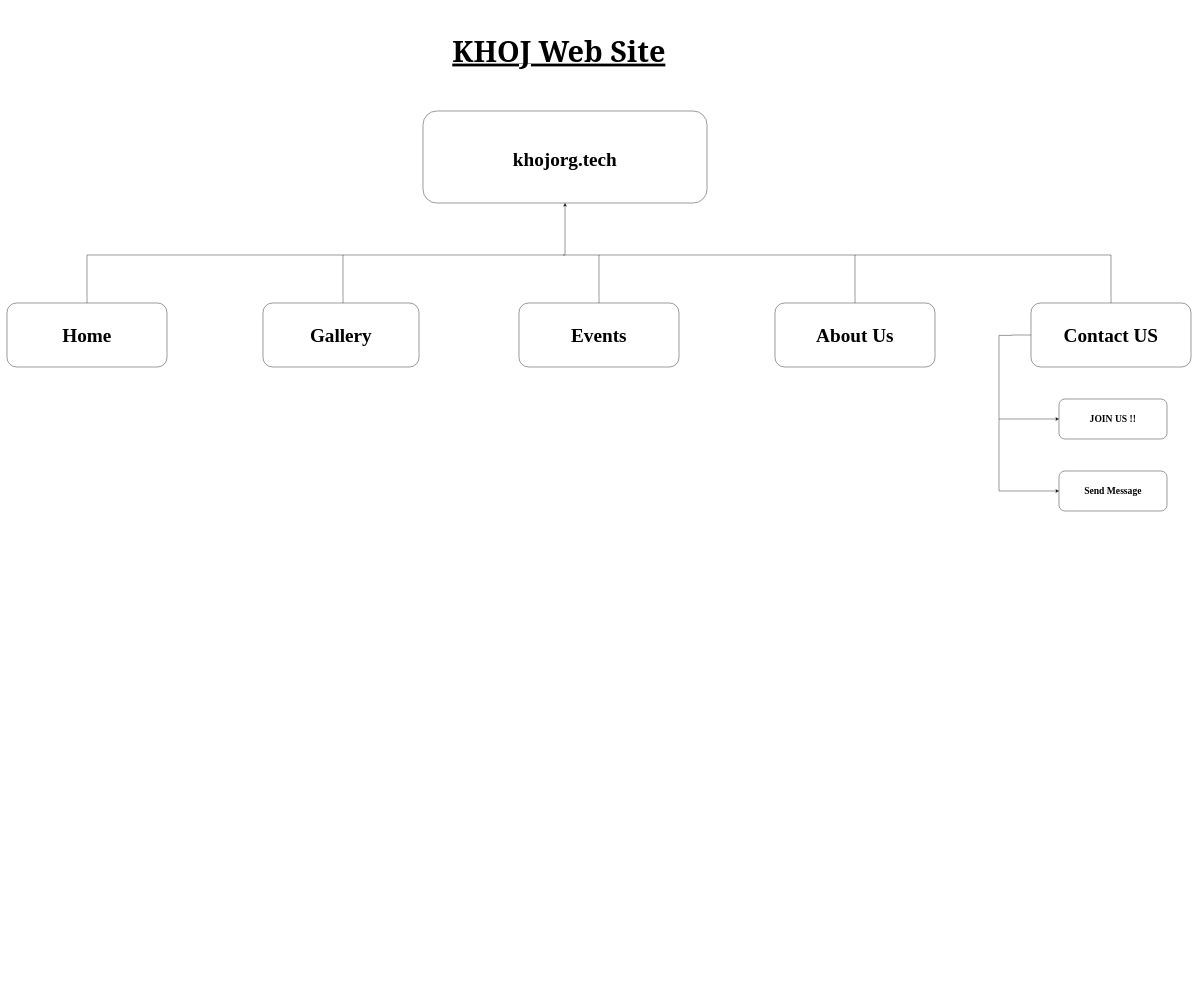
Above: KHOJ.drawio in muhammadsaqueb/Programming-Assignment-2 (draw.io), before the change. Source tidied: cells renumbered, new cells numbered last; positions are measured from the earlier drawing's top-left corner, leaving out a move shared by most shapes. Both pictures are drawn from the tidied source at 40%, with x=0, y=0 at pixel (7, 7).
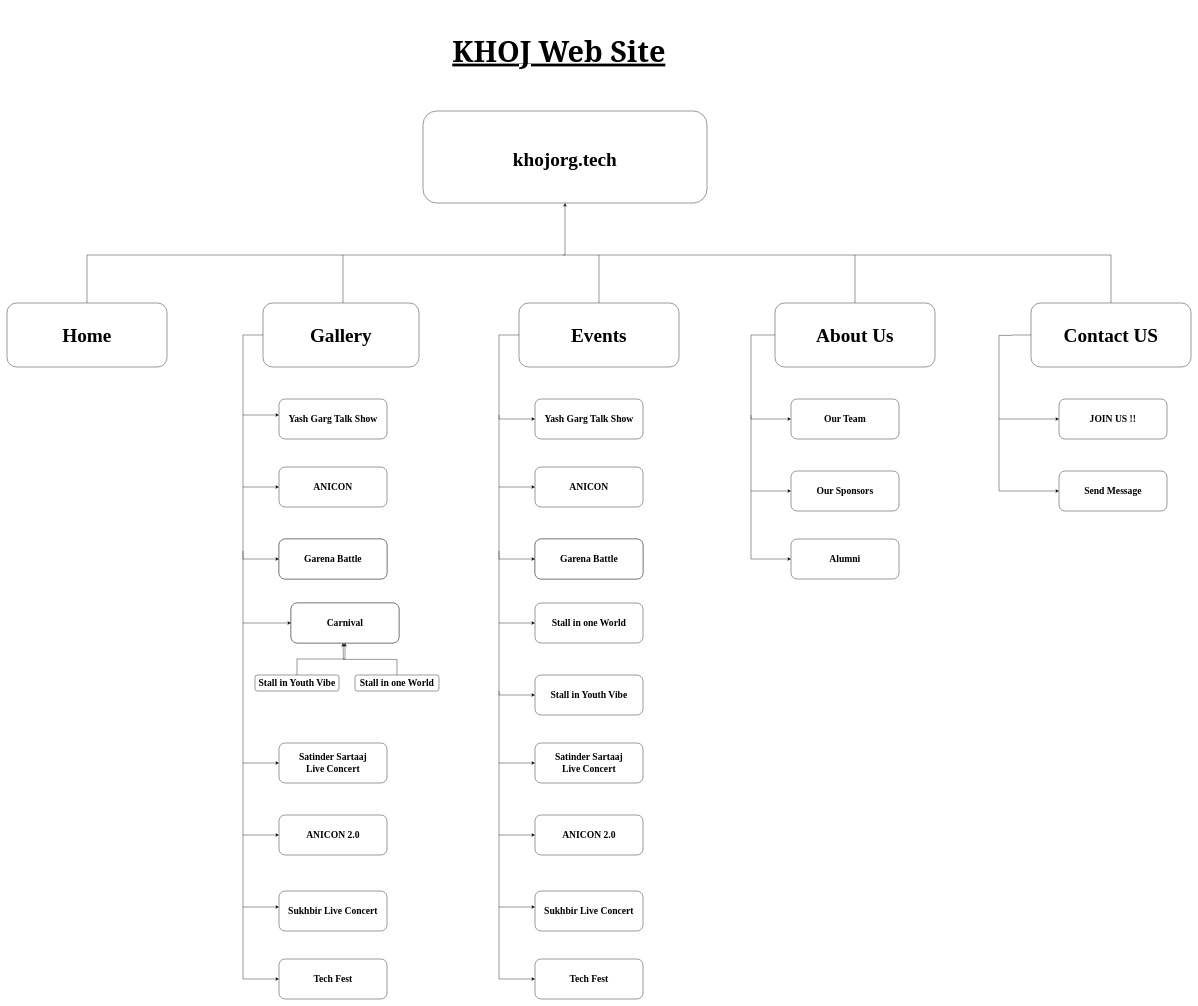
Above is the later version.

The change refers to these unchanged cells:
```xml
<mxCell id="12" value="&lt;font style=&quot;font-size: 48px;&quot; face=&quot;Garamond&quot;&gt;&lt;b style=&quot;&quot;&gt;Gallery&lt;/b&gt;&lt;/font&gt;" style="text;html=1;strokeColor=none;fillColor=none;align=center;verticalAlign=middle;whiteSpace=wrap;rounded=0;fontSize=11;fontFamily=Helvetica;fontColor=default;" parent="1" vertex="1">
  <mxGeometry x="640" y="740" width="390" height="160" as="geometry" />
</mxCell>
<mxCell id="13" value="&lt;font face=&quot;Garamond&quot; style=&quot;font-size: 48px;&quot;&gt;&lt;b style=&quot;&quot;&gt;Events&lt;/b&gt;&lt;/font&gt;" style="text;html=1;strokeColor=none;fillColor=none;align=center;verticalAlign=middle;whiteSpace=wrap;rounded=0;fontSize=11;fontFamily=Helvetica;fontColor=default;" parent="1" vertex="1">
  <mxGeometry x="1280" y="740" width="400" height="160" as="geometry" />
</mxCell>
<mxCell id="14" value="&lt;font face=&quot;Garamond&quot; style=&quot;font-size: 48px;&quot;&gt;&lt;b style=&quot;&quot;&gt;About Us&lt;/b&gt;&lt;/font&gt;" style="text;html=1;strokeColor=none;fillColor=none;align=center;verticalAlign=middle;whiteSpace=wrap;rounded=0;fontSize=11;fontFamily=Helvetica;fontColor=default;" parent="1" vertex="1">
  <mxGeometry x="1920" y="740" width="400" height="160" as="geometry" />
</mxCell>
```

What changed in the source:
```diff
@@
+    <mxCell id="27" style="edgeStyle=orthogonalEdgeStyle;rounded=0;jettySize=auto;html=1;exitX=0;exitY=0.5;exitDx=0;exitDy=0;entryX=0;entryY=0.5;entryDx=0;entryDy=0;" parent="1" edge="1" source="13" target="38">
+      <mxGeometry relative="1" as="geometry">
+        <Array as="points">
+          <mxPoint x="1230" y="820" />
+          <mxPoint x="1230" y="1030" />
+        </Array>
+      </mxGeometry>
+    </mxCell>
@@
+    <mxCell id="28" style="edgeStyle=orthogonalEdgeStyle;rounded=0;jettySize=auto;html=1;exitX=0;exitY=0.5;exitDx=0;exitDy=0;entryX=0;entryY=0.5;entryDx=0;entryDy=0;" parent="1" edge="1" source="14" target="30">
+      <mxGeometry relative="1" as="geometry">
+        <Array as="points">
+          <mxPoint x="1860" y="820" />
+          <mxPoint x="1860" y="1030" />
+        </Array>
+      </mxGeometry>
+    </mxCell>
@@
+    <mxCell id="29" style="rounded=1;whiteSpace=wrap;html=1;" parent="1" vertex="1">
+      <mxGeometry x="1960" y="980" width="270" height="100" as="geometry" />
+    </mxCell>
+    <mxCell id="30" value="&lt;font style=&quot;font-size: 24px;&quot; face=&quot;Times New Roman&quot;&gt;&lt;b style=&quot;&quot;&gt;Our Team&lt;/b&gt;&lt;/font&gt;" style="text;html=1;strokeColor=none;fillColor=none;align=center;verticalAlign=middle;whiteSpace=wrap;rounded=0;" parent="1" vertex="1">
+      <mxGeometry x="1960" y="980" width="270" height="100" as="geometry" />
+    </mxCell>
+    <mxCell id="31" style="rounded=1;whiteSpace=wrap;html=1;" parent="1" vertex="1">
+      <mxGeometry x="1960" y="1160" width="270" height="100" as="geometry" />
+    </mxCell>
+    <mxCell id="32" value="&lt;font style=&quot;font-size: 24px;&quot; face=&quot;Times New Roman&quot;&gt;&lt;b style=&quot;&quot;&gt;Our Sponsors&lt;/b&gt;&lt;/font&gt;" style="text;html=1;strokeColor=none;fillColor=none;align=center;verticalAlign=middle;whiteSpace=wrap;rounded=0;" parent="1" vertex="1">
+      <mxGeometry x="1960" y="1160" width="270" height="100" as="geometry" />
+    </mxCell>
+    <mxCell id="33" style="endArrow=classic;html=1;rounded=0;" parent="1" edge="1">
+      <mxGeometry relative="1" as="geometry">
+        <mxPoint x="1860" y="1020" as="sourcePoint" />
+        <mxPoint x="1960" y="1210" as="targetPoint" />
+        <Array as="points">
+          <mxPoint x="1860" y="1210" />
+        </Array>
+      </mxGeometry>
+    </mxCell>
+    <mxCell id="34" style="rounded=1;whiteSpace=wrap;html=1;" parent="1" vertex="1">
+      <mxGeometry x="1960" y="1330" width="270" height="100" as="geometry" />
+    </mxCell>
+    <mxCell id="35" value="&lt;font face=&quot;Times New Roman&quot;&gt;&lt;span style=&quot;font-size: 24px;&quot;&gt;&lt;b&gt;Alumni&lt;/b&gt;&lt;/span&gt;&lt;/font&gt;" style="text;html=1;strokeColor=none;fillColor=none;align=center;verticalAlign=middle;whiteSpace=wrap;rounded=0;" parent="1" vertex="1">
+      <mxGeometry x="1960" y="1330" width="270" height="100" as="geometry" />
+    </mxCell>
+    <mxCell id="36" style="endArrow=classic;html=1;rounded=0;" parent="1" edge="1">
+      <mxGeometry relative="1" as="geometry">
+        <mxPoint x="1860" y="1210" as="sourcePoint" />
+        <mxPoint x="1960" y="1380" as="targetPoint" />
+        <Array as="points">
+          <mxPoint x="1860" y="1380" />
+        </Array>
+      </mxGeometry>
+    </mxCell>
+    <mxCell id="37" style="rounded=1;whiteSpace=wrap;html=1;" parent="1" vertex="1">
+      <mxGeometry x="1320" y="980" width="270" height="100" as="geometry" />
+    </mxCell>
+    <mxCell id="38" value="&lt;font face=&quot;Times New Roman&quot;&gt;&lt;span style=&quot;font-size: 24px;&quot;&gt;&lt;b&gt;Yash Garg Talk Show&lt;/b&gt;&lt;/span&gt;&lt;/font&gt;" style="text;html=1;strokeColor=none;fillColor=none;align=center;verticalAlign=middle;whiteSpace=wrap;rounded=0;" parent="1" vertex="1">
+      <mxGeometry x="1320" y="980" width="270" height="100" as="geometry" />
+    </mxCell>
+    <mxCell id="39" value="&lt;font style=&quot;font-size: 24px;&quot; face=&quot;Times New Roman&quot;&gt;&lt;b style=&quot;&quot;&gt;ANICON&lt;/b&gt;&lt;/font&gt;" style="rounded=1;whiteSpace=wrap;html=1;" parent="1" vertex="1">
+      <mxGeometry x="1320" y="1150" width="270" height="100" as="geometry" />
+    </mxCell>
+    <mxCell id="40" style="endArrow=classic;html=1;rounded=0;entryX=0;entryY=0.5;entryDx=0;entryDy=0;" parent="1" edge="1">
+      <mxGeometry relative="1" as="geometry">
+        <mxPoint x="1230" y="1020" as="sourcePoint" />
+        <mxPoint x="1320" y="1200" as="targetPoint" />
+        <Array as="points">
+          <mxPoint x="1230" y="1200" />
+        </Array>
+      </mxGeometry>
+    </mxCell>
+    <mxCell id="41" style="rounded=1;whiteSpace=wrap;html=1;" parent="1" vertex="1">
+      <mxGeometry x="1320" y="1330" width="270" height="100" as="geometry" />
+    </mxCell>
+    <mxCell id="42" value="&lt;font style=&quot;font-size: 24px;&quot; face=&quot;Times New Roman&quot;&gt;&lt;b style=&quot;&quot;&gt;Garena Battle&lt;/b&gt;&lt;/font&gt;" style="rounded=1;whiteSpace=wrap;html=1;" parent="1" vertex="1">
+      <mxGeometry x="1320" y="1330" width="270" height="100" as="geometry" />
+    </mxCell>
+    <mxCell id="43" value="&lt;font style=&quot;font-size: 24px;&quot; face=&quot;Times New Roman&quot;&gt;&lt;b style=&quot;&quot;&gt;Stall in one World&lt;/b&gt;&lt;/font&gt;" style="rounded=1;whiteSpace=wrap;html=1;" parent="1" vertex="1">
+      <mxGeometry x="1320" y="1490" width="270" height="100" as="geometry" />
+    </mxCell>
+    <mxCell id="44" value="&lt;font style=&quot;font-size: 24px;&quot; face=&quot;Times New Roman&quot;&gt;&lt;b style=&quot;&quot;&gt;Stall in Youth Vibe&lt;/b&gt;&lt;/font&gt;" style="rounded=1;whiteSpace=wrap;html=1;" parent="1" vertex="1">
+      <mxGeometry x="1320" y="1670" width="270" height="100" as="geometry" />
+    </mxCell>
+    <mxCell id="45" value="&lt;font style=&quot;font-size: 24px;&quot; face=&quot;Times New Roman&quot;&gt;&lt;b style=&quot;&quot;&gt;Satinder Sartaaj&lt;br&gt;Live Concert&lt;br&gt;&lt;/b&gt;&lt;/font&gt;" style="rounded=1;whiteSpace=wrap;html=1;" parent="1" vertex="1">
+      <mxGeometry x="1320" y="1840" width="270" height="100" as="geometry" />
+    </mxCell>
+    <mxCell id="46" value="&lt;font style=&quot;font-size: 24px;&quot; face=&quot;Times New Roman&quot;&gt;&lt;b style=&quot;&quot;&gt;ANICON 2.0&lt;br&gt;&lt;/b&gt;&lt;/font&gt;" style="rounded=1;whiteSpace=wrap;html=1;" parent="1" vertex="1">
+      <mxGeometry x="1320" y="2020" width="270" height="100" as="geometry" />
+    </mxCell>
+    <mxCell id="47" value="&lt;font style=&quot;font-size: 24px;&quot; face=&quot;Times New Roman&quot;&gt;&lt;b style=&quot;&quot;&gt;Sukhbir Live Concert&lt;br&gt;&lt;/b&gt;&lt;/font&gt;" style="rounded=1;whiteSpace=wrap;html=1;" parent="1" vertex="1">
+      <mxGeometry x="1320" y="2210" width="270" height="100" as="geometry" />
+    </mxCell>
+    <mxCell id="48" value="&lt;font style=&quot;font-size: 24px;&quot; face=&quot;Times New Roman&quot;&gt;&lt;b style=&quot;&quot;&gt;Tech Fest&lt;br&gt;&lt;/b&gt;&lt;/font&gt;" style="rounded=1;whiteSpace=wrap;html=1;" parent="1" vertex="1">
+      <mxGeometry x="1320" y="2380" width="270" height="100" as="geometry" />
+    </mxCell>
+    <mxCell id="49" style="endArrow=classic;html=1;rounded=0;fontFamily=Helvetica;fontSize=12;fontColor=default;entryX=0;entryY=0.5;entryDx=0;entryDy=0;" parent="1" edge="1" target="42">
+      <mxGeometry relative="1" as="geometry">
+        <mxPoint x="1230" y="1200" as="sourcePoint" />
+        <Array as="points">
+          <mxPoint x="1230" y="1380" />
+        </Array>
+      </mxGeometry>
+    </mxCell>
+    <mxCell id="50" style="endArrow=classic;html=1;rounded=0;fontFamily=Helvetica;fontSize=12;fontColor=default;entryX=0;entryY=0.5;entryDx=0;entryDy=0;" parent="1" edge="1">
+      <mxGeometry relative="1" as="geometry">
+        <mxPoint x="1230" y="1360" as="sourcePoint" />
+        <mxPoint x="1320" y="1540" as="targetPoint" />
+        <Array as="points">
+          <mxPoint x="1230" y="1540" />
+        </Array>
+      </mxGeometry>
+    </mxCell>
+    <mxCell id="51" style="endArrow=classic;html=1;rounded=0;fontFamily=Helvetica;fontSize=12;fontColor=default;entryX=0;entryY=0.5;entryDx=0;entryDy=0;" parent="1" edge="1">
+      <mxGeometry relative="1" as="geometry">
+        <mxPoint x="1230" y="1540" as="sourcePoint" />
+        <mxPoint x="1320" y="1720" as="targetPoint" />
+        <Array as="points">
+          <mxPoint x="1230" y="1720" />
+        </Array>
+      </mxGeometry>
+    </mxCell>
+    <mxCell id="52" style="endArrow=classic;html=1;rounded=0;fontFamily=Helvetica;fontSize=12;fontColor=default;entryX=0;entryY=0.5;entryDx=0;entryDy=0;" parent="1" edge="1">
+      <mxGeometry relative="1" as="geometry">
+        <mxPoint x="1230" y="1710" as="sourcePoint" />
+        <mxPoint x="1320" y="1890" as="targetPoint" />
+        <Array as="points">
+          <mxPoint x="1230" y="1890" />
+        </Array>
+      </mxGeometry>
+    </mxCell>
+    <mxCell id="53" style="endArrow=classic;html=1;rounded=0;fontFamily=Helvetica;fontSize=12;fontColor=default;entryX=0;entryY=0.5;entryDx=0;entryDy=0;" parent="1" edge="1">
+      <mxGeometry relative="1" as="geometry">
+        <mxPoint x="1230" y="1890" as="sourcePoint" />
+        <mxPoint x="1320" y="2070" as="targetPoint" />
+        <Array as="points">
+          <mxPoint x="1230" y="2070" />
+        </Array>
+      </mxGeometry>
+    </mxCell>
+    <mxCell id="54" style="endArrow=classic;html=1;rounded=0;fontFamily=Helvetica;fontSize=12;fontColor=default;entryX=0;entryY=0.5;entryDx=0;entryDy=0;" parent="1" edge="1">
+      <mxGeometry relative="1" as="geometry">
+        <mxPoint x="1230" y="2070" as="sourcePoint" />
+        <mxPoint x="1320" y="2250" as="targetPoint" />
+        <Array as="points">
+          <mxPoint x="1230" y="2250" />
+        </Array>
+      </mxGeometry>
+    </mxCell>
+    <mxCell id="55" style="endArrow=classic;html=1;rounded=0;fontFamily=Helvetica;fontSize=12;fontColor=default;entryX=0;entryY=0.5;entryDx=0;entryDy=0;" parent="1" edge="1">
+      <mxGeometry relative="1" as="geometry">
+        <mxPoint x="1230" y="2250" as="sourcePoint" />
+        <mxPoint x="1320" y="2430" as="targetPoint" />
+        <Array as="points">
+          <mxPoint x="1230" y="2430" />
+        </Array>
+      </mxGeometry>
+    </mxCell>
+    <mxCell id="56" style="rounded=1;whiteSpace=wrap;html=1;" parent="1" vertex="1">
+      <mxGeometry x="680" y="980" width="270" height="100" as="geometry" />
+    </mxCell>
+    <mxCell id="57" value="&lt;font face=&quot;Times New Roman&quot;&gt;&lt;span style=&quot;font-size: 24px;&quot;&gt;&lt;b&gt;Yash Garg Talk Show&lt;/b&gt;&lt;/span&gt;&lt;/font&gt;" style="text;html=1;strokeColor=none;fillColor=none;align=center;verticalAlign=middle;whiteSpace=wrap;rounded=0;" parent="1" vertex="1">
+      <mxGeometry x="680" y="980" width="270" height="100" as="geometry" />
+    </mxCell>
+    <mxCell id="58" value="&lt;font style=&quot;font-size: 24px;&quot; face=&quot;Times New Roman&quot;&gt;&lt;b style=&quot;&quot;&gt;ANICON&lt;/b&gt;&lt;/font&gt;" style="rounded=1;whiteSpace=wrap;html=1;" parent="1" vertex="1">
+      <mxGeometry x="680" y="1150" width="270" height="100" as="geometry" />
+    </mxCell>
+    <mxCell id="59" style="endArrow=classic;html=1;rounded=0;entryX=0;entryY=0.5;entryDx=0;entryDy=0;" parent="1" edge="1">
+      <mxGeometry relative="1" as="geometry">
+        <mxPoint x="590" y="1020" as="sourcePoint" />
+        <mxPoint x="680" y="1200" as="targetPoint" />
+        <Array as="points">
+          <mxPoint x="590" y="1200" />
+        </Array>
+      </mxGeometry>
+    </mxCell>
+    <mxCell id="60" style="rounded=1;whiteSpace=wrap;html=1;" parent="1" vertex="1">
+      <mxGeometry x="680" y="1330" width="270" height="100" as="geometry" />
+    </mxCell>
+    <mxCell id="61" value="&lt;font style=&quot;font-size: 24px;&quot; face=&quot;Times New Roman&quot;&gt;&lt;b style=&quot;&quot;&gt;Garena Battle&lt;/b&gt;&lt;/font&gt;" style="rounded=1;whiteSpace=wrap;html=1;" parent="1" vertex="1">
+      <mxGeometry x="680" y="1330" width="270" height="100" as="geometry" />
+    </mxCell>
+    <mxCell id="62" style="edgeStyle=orthogonalEdgeStyle;rounded=0;jettySize=auto;html=1;exitX=0.5;exitY=0;exitDx=0;exitDy=0;fontFamily=Helvetica;fontSize=12;fontColor=default;" parent="1" edge="1" source="63">
+      <mxGeometry relative="1" as="geometry">
+        <mxPoint x="840" y="1590" as="targetPoint" />
+        <Array as="points">
+          <mxPoint x="975" y="1631" />
+          <mxPoint x="841" y="1631" />
+        </Array>
+      </mxGeometry>
+    </mxCell>
+    <mxCell id="63" value="&lt;font style=&quot;font-size: 24px;&quot; face=&quot;Times New Roman&quot;&gt;&lt;b style=&quot;&quot;&gt;Stall in one World&lt;/b&gt;&lt;/font&gt;" style="rounded=1;whiteSpace=wrap;html=1;" parent="1" vertex="1">
+      <mxGeometry x="870" y="1670" width="210" height="40" as="geometry" />
+    </mxCell>
+    <mxCell id="64" style="edgeStyle=orthogonalEdgeStyle;rounded=0;jettySize=auto;html=1;exitX=0.5;exitY=0;exitDx=0;exitDy=0;fontFamily=Helvetica;fontSize=12;fontColor=default;" parent="1" edge="1" source="65" target="78">
+      <mxGeometry relative="1" as="geometry" />
+    </mxCell>
+    <mxCell id="65" value="&lt;font style=&quot;font-size: 24px;&quot; face=&quot;Times New Roman&quot;&gt;&lt;b style=&quot;&quot;&gt;Stall in Youth Vibe&lt;/b&gt;&lt;/font&gt;" style="rounded=1;whiteSpace=wrap;html=1;" parent="1" vertex="1">
+      <mxGeometry x="620" y="1670" width="210" height="40" as="geometry" />
+    </mxCell>
+    <mxCell id="66" value="&lt;font style=&quot;font-size: 24px;&quot; face=&quot;Times New Roman&quot;&gt;&lt;b style=&quot;&quot;&gt;Satinder Sartaaj&lt;br&gt;Live Concert&lt;br&gt;&lt;/b&gt;&lt;/font&gt;" style="rounded=1;whiteSpace=wrap;html=1;" parent="1" vertex="1">
+      <mxGeometry x="680" y="1840" width="270" height="100" as="geometry" />
+    </mxCell>
+    <mxCell id="67" value="&lt;font style=&quot;font-size: 24px;&quot; face=&quot;Times New Roman&quot;&gt;&lt;b style=&quot;&quot;&gt;ANICON 2.0&lt;br&gt;&lt;/b&gt;&lt;/font&gt;" style="rounded=1;whiteSpace=wrap;html=1;" parent="1" vertex="1">
+      <mxGeometry x="680" y="2020" width="270" height="100" as="geometry" />
+    </mxCell>
+    <mxCell id="68" value="&lt;font style=&quot;font-size: 24px;&quot; face=&quot;Times New Roman&quot;&gt;&lt;b style=&quot;&quot;&gt;Sukhbir Live Concert&lt;br&gt;&lt;/b&gt;&lt;/font&gt;" style="rounded=1;whiteSpace=wrap;html=1;" parent="1" vertex="1">
+      <mxGeometry x="680" y="2210" width="270" height="100" as="geometry" />
+    </mxCell>
+    <mxCell id="69" value="&lt;font style=&quot;font-size: 24px;&quot; face=&quot;Times New Roman&quot;&gt;&lt;b style=&quot;&quot;&gt;Tech Fest&lt;br&gt;&lt;/b&gt;&lt;/font&gt;" style="rounded=1;whiteSpace=wrap;html=1;" parent="1" vertex="1">
+      <mxGeometry x="680" y="2380" width="270" height="100" as="geometry" />
+    </mxCell>
+    <mxCell id="70" style="endArrow=classic;html=1;rounded=0;fontFamily=Helvetica;fontSize=12;fontColor=default;entryX=0;entryY=0.5;entryDx=0;entryDy=0;" parent="1" edge="1" target="61">
+      <mxGeometry relative="1" as="geometry">
+        <mxPoint x="590" y="1200" as="sourcePoint" />
+        <Array as="points">
+          <mxPoint x="590" y="1380" />
+        </Array>
+      </mxGeometry>
+    </mxCell>
+    <mxCell id="71" style="endArrow=classic;html=1;rounded=0;fontFamily=Helvetica;fontSize=12;fontColor=default;entryX=0;entryY=0.5;entryDx=0;entryDy=0;" parent="1" edge="1" target="78">
+      <mxGeometry relative="1" as="geometry">
+        <mxPoint x="590" y="1360" as="sourcePoint" />
+        <Array as="points">
+          <mxPoint x="590" y="1540" />
+        </Array>
+      </mxGeometry>
+    </mxCell>
+    <mxCell id="72" style="endArrow=classic;html=1;rounded=0;fontFamily=Helvetica;fontSize=12;fontColor=default;entryX=0;entryY=0.5;entryDx=0;entryDy=0;" parent="1" edge="1">
+      <mxGeometry relative="1" as="geometry">
+        <mxPoint x="590" y="1540" as="sourcePoint" />
+        <mxPoint x="680" y="1890" as="targetPoint" />
+        <Array as="points">
+          <mxPoint x="590" y="1890" />
+        </Array>
+      </mxGeometry>
+    </mxCell>
+    <mxCell id="73" style="endArrow=classic;html=1;rounded=0;fontFamily=Helvetica;fontSize=12;fontColor=default;entryX=0;entryY=0.5;entryDx=0;entryDy=0;" parent="1" edge="1">
+      <mxGeometry relative="1" as="geometry">
+        <mxPoint x="590" y="1890" as="sourcePoint" />
+        <mxPoint x="680" y="2070" as="targetPoint" />
+        <Array as="points">
+          <mxPoint x="590" y="2070" />
+        </Array>
+      </mxGeometry>
+    </mxCell>
+    <mxCell id="74" style="endArrow=classic;html=1;rounded=0;fontFamily=Helvetica;fontSize=12;fontColor=default;entryX=0;entryY=0.5;entryDx=0;entryDy=0;" parent="1" edge="1">
+      <mxGeometry relative="1" as="geometry">
+        <mxPoint x="590" y="2070" as="sourcePoint" />
+        <mxPoint x="680" y="2250" as="targetPoint" />
+        <Array as="points">
+          <mxPoint x="590" y="2250" />
+        </Array>
+      </mxGeometry>
+    </mxCell>
+    <mxCell id="75" style="endArrow=classic;html=1;rounded=0;fontFamily=Helvetica;fontSize=12;fontColor=default;entryX=0;entryY=0.5;entryDx=0;entryDy=0;" parent="1" edge="1">
+      <mxGeometry relative="1" as="geometry">
+        <mxPoint x="590" y="2250" as="sourcePoint" />
+        <mxPoint x="680" y="2430" as="targetPoint" />
+        <Array as="points">
+          <mxPoint x="590" y="2430" />
+        </Array>
+      </mxGeometry>
+    </mxCell>
+    <mxCell id="76" style="endArrow=classic;html=1;rounded=0;fontFamily=Helvetica;fontSize=12;fontColor=default;exitX=0;exitY=0.5;exitDx=0;exitDy=0;" parent="1" edge="1" source="12">
+      <mxGeometry relative="1" as="geometry">
+        <mxPoint x="680" y="1020" as="targetPoint" />
+        <Array as="points">
+          <mxPoint x="590" y="820" />
+          <mxPoint x="590" y="1020" />
+        </Array>
+      </mxGeometry>
+    </mxCell>
+    <mxCell id="77" style="rounded=1;whiteSpace=wrap;html=1;" parent="1" vertex="1">
+      <mxGeometry x="710" y="1490" width="270" height="100" as="geometry" />
+    </mxCell>
+    <mxCell id="78" value="&lt;font style=&quot;font-size: 24px;&quot; face=&quot;Times New Roman&quot;&gt;&lt;b style=&quot;&quot;&gt;Carnival&lt;/b&gt;&lt;/font&gt;" style="rounded=1;whiteSpace=wrap;html=1;" parent="1" vertex="1">
+      <mxGeometry x="710" y="1490" width="270" height="100" as="geometry" />
+    </mxCell>
```
